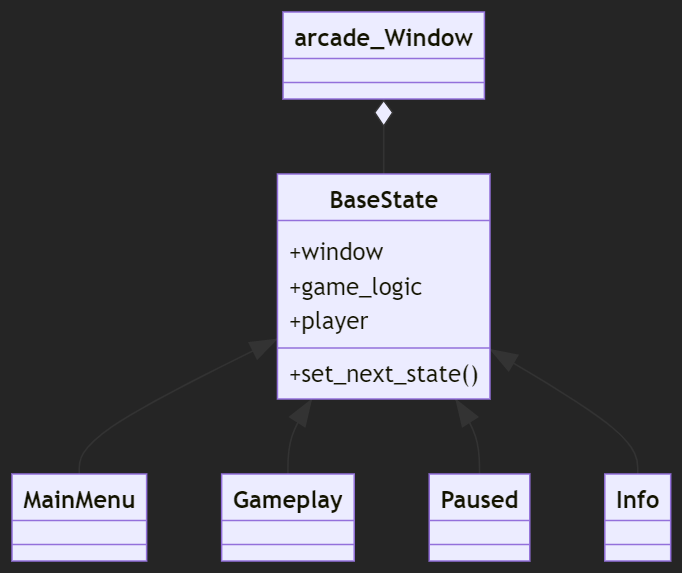
PeterSzasz/PeterSzasz.github.io keeps this Mermaid diagram as assets/StateClassDiagram.png. Above is the earlier version. Its source is kept beside it as assets/StateClassDiagram.mmd.
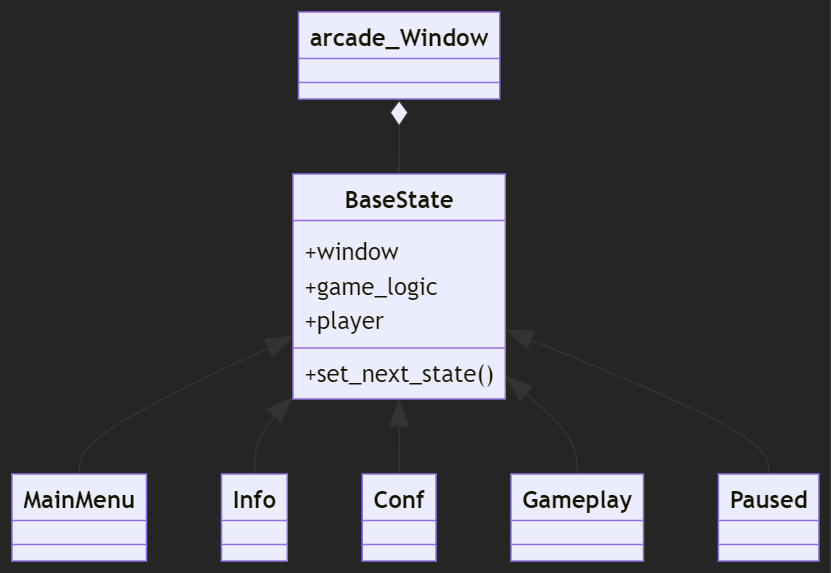
Later version of the same file.

Commit message:
url fix, diagram fix

What changed in the source:
```diff
@@ -1,9 +1,10 @@
 classDiagram
     arcade_Window o-- BaseState
     BaseState <|-- MainMenu
+    BaseState <|-- Info
+    BaseState <|-- Conf
     BaseState <|-- Gameplay
     BaseState <|-- Paused
-    BaseState <|-- Info
     class BaseState{
         +window
         +game_logic
```
